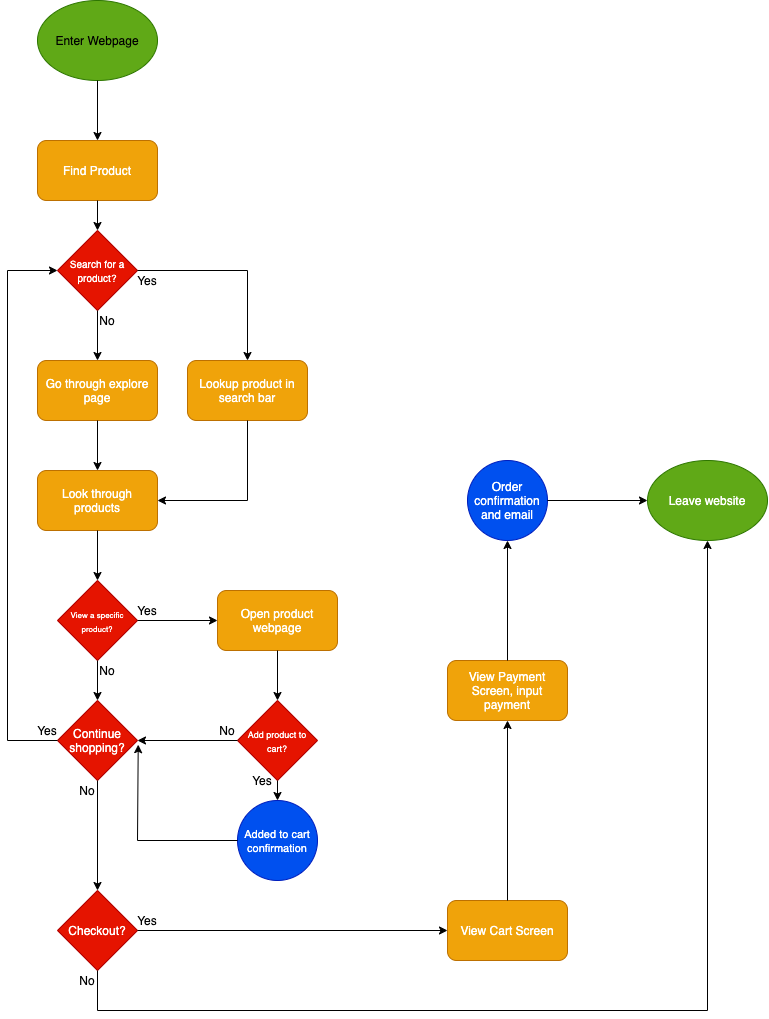
Above: part2/part2.drawio.png in anuragasthana/cse110-lab4 (draw.io), before the change. Source tidied: cells renumbered, new cells last; positions are measured from the earlier drawing's top-left corner, leaving out a move shared by most shapes.
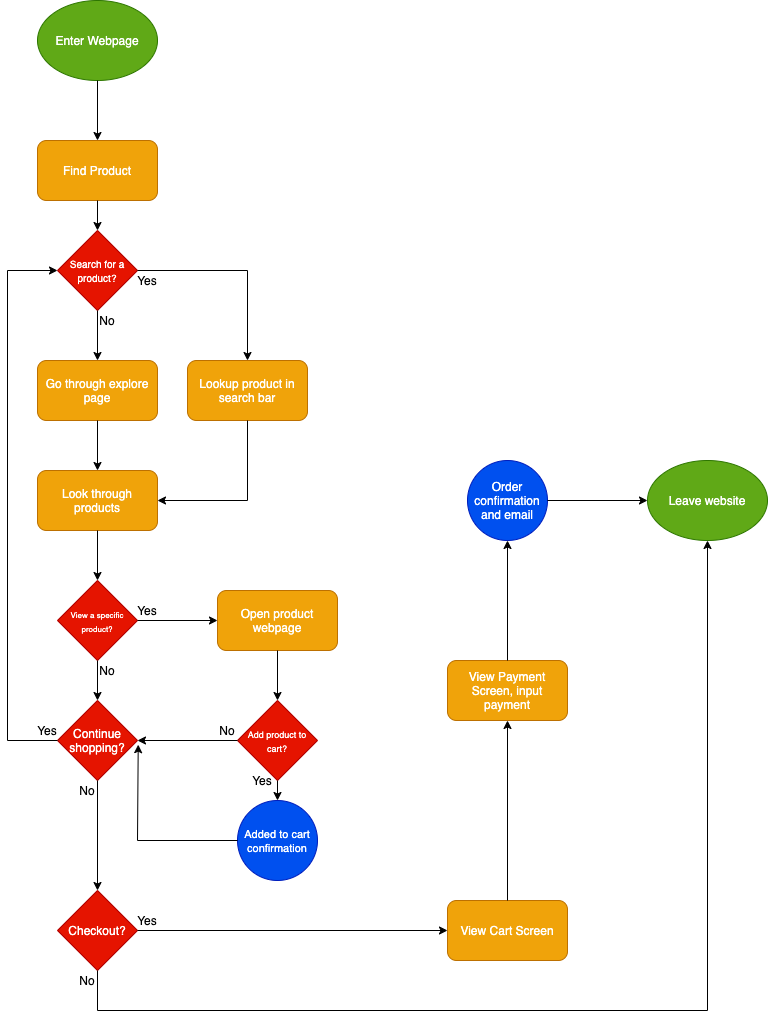
Later version of the same file.

Diff of the diagram source:
```diff
@@ -2,7 +2,7 @@
   <root>
     <mxCell id="0" />
     <mxCell id="1" parent="0" />
-    <mxCell id="2" value="&lt;font color=&quot;#000000&quot;&gt;Enter Webpage&lt;/font&gt;" style="ellipse;whiteSpace=wrap;html=1;fillColor=#60a917;strokeColor=#2D7600;fontColor=#ffffff;" parent="1" vertex="1">
+    <mxCell id="2" value="&lt;font&gt;Enter Webpage&lt;/font&gt;" style="ellipse;whiteSpace=wrap;html=1;fillColor=#60a917;strokeColor=#2D7600;fontColor=#FFFFFF;" parent="1" vertex="1">
       <mxGeometry x="30" width="120" height="80" as="geometry" />
     </mxCell>
     <mxCell id="3" style="endArrow=classic;html=1;entryX=0.5;entryY=0;entryDx=0;entryDy=0;exitX=0.5;exitY=1;exitDx=0;exitDy=0;fontColor=#FFFFFF;" parent="1" edge="1" source="2" target="4">
```
